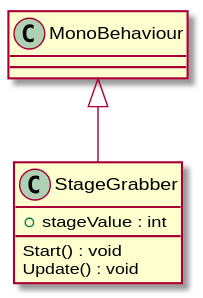
Earlier version of the PlantUML export UML/Assets/Scripts/StageGrabber.svg (DawidJerdonek/FYP). Source of this version:
```plantuml
@startuml
class StageGrabber {
    + stageValue : int
    Start() : void
    Update() : void
}
MonoBehaviour <|-- StageGrabber
@enduml
```
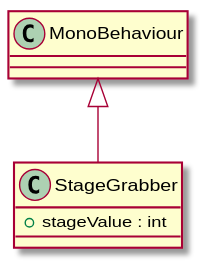
After the change.

Commit message:
Commit from GitHub Actions (Generate UML)

What changed in the source:
```diff
@@ -1,8 +1,6 @@
 @startuml
 class StageGrabber {
     + stageValue : int
-    Start() : void
-    Update() : void
 }
 MonoBehaviour <|-- StageGrabber
 @enduml
```
